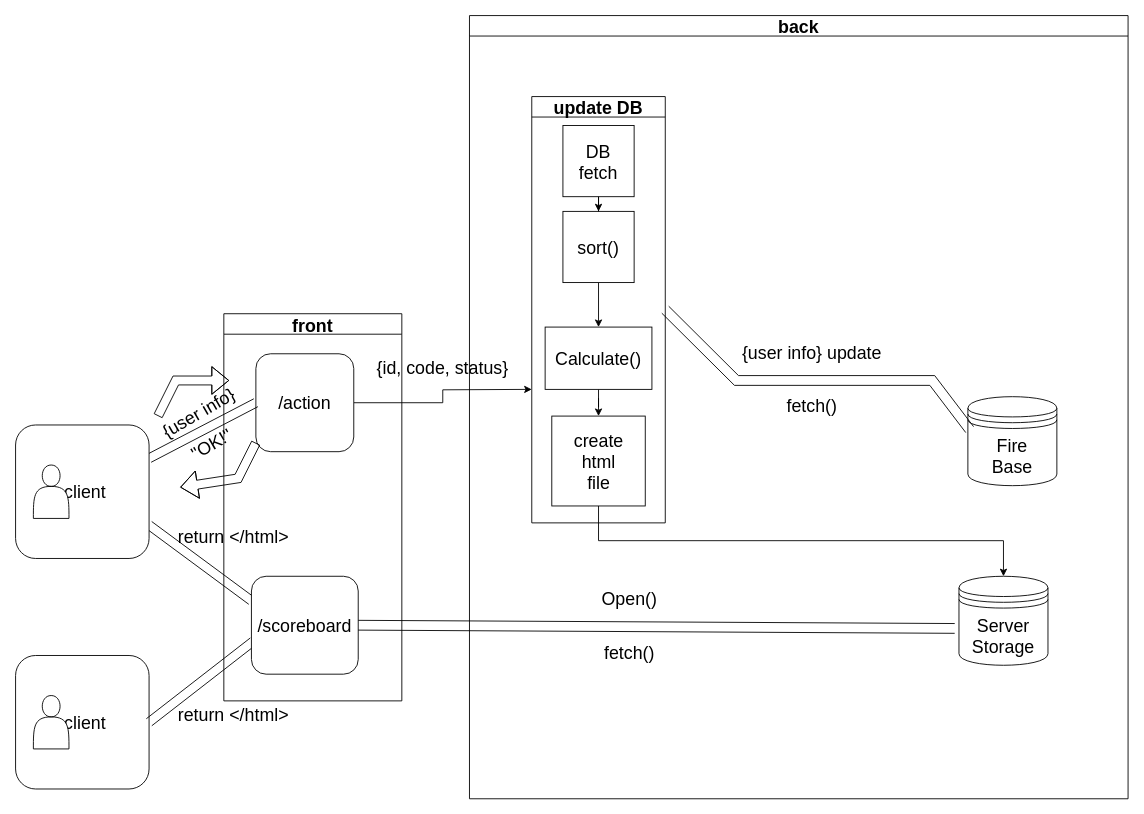
Before: INC_HC.drawio in zjvlwndehr/drawio, a draw.io diagram. Source tidied: cells renumbered, new cells numbered last; positions are measured from the earlier drawing's top-left corner, leaving out a move shared by most shapes. Both pictures are drawn from the tidied source at 89%, with x=0, y=0 at pixel (15, 15).
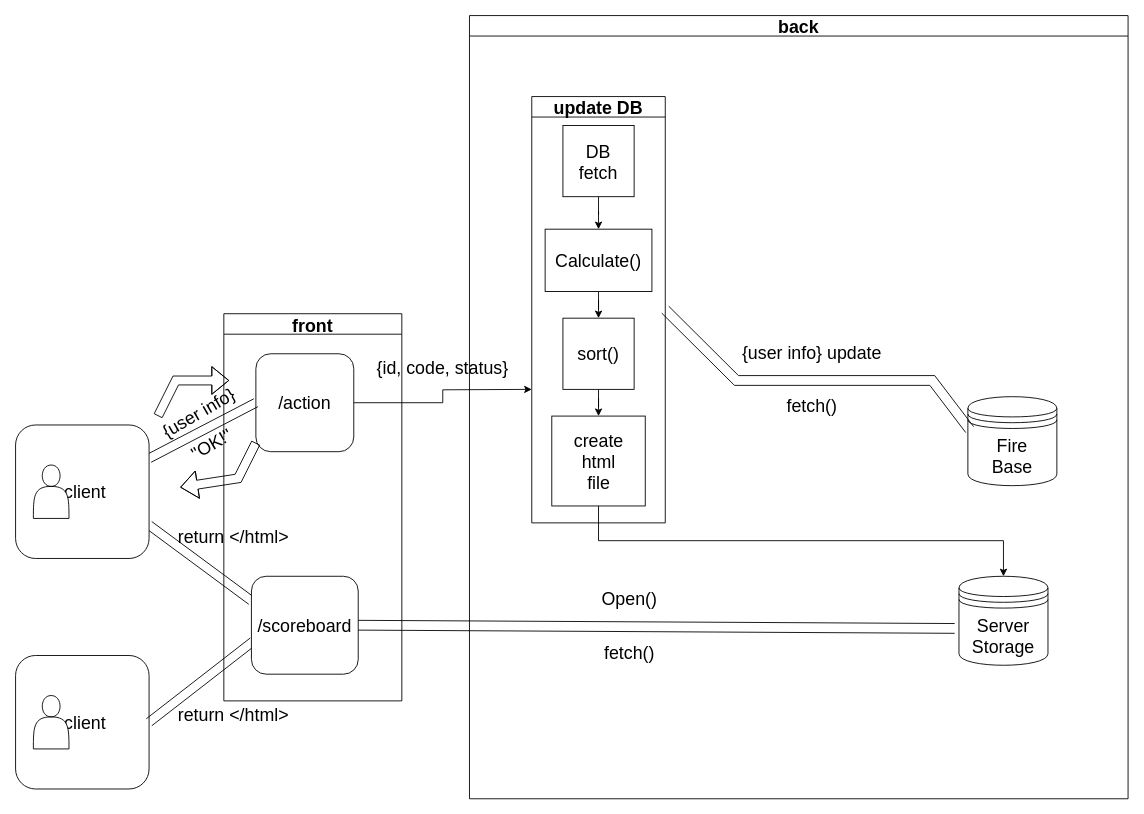
After the change.

Unchanged cells that the change refers to:
```xml
<mxCell id="33" value="update DB" style="swimlane;fontSize=20;startSize=23;" parent="32" vertex="1">
  <mxGeometry x="70" y="91" width="150" height="479" as="geometry" />
</mxCell>
<mxCell id="35" value="DB&lt;br&gt;fetch" style="whiteSpace=wrap;html=1;fontSize=20;" parent="33" vertex="1">
  <mxGeometry x="35" y="32.5" width="80" height="80" as="geometry" />
</mxCell>
<mxCell id="38" value="create&lt;br&gt;html&lt;br&gt;file" style="whiteSpace=wrap;html=1;fontSize=20;" parent="33" vertex="1">
  <mxGeometry x="22.5" y="359" width="105" height="101" as="geometry" />
</mxCell>
```

Change to the diagram source:
```diff
@@
-    <mxCell id="34" style="edgeStyle=orthogonalEdgeStyle;rounded=0;jettySize=auto;html=1;fontSize=20;" parent="33" edge="1" source="35" target="37">
-      <mxGeometry relative="1" as="geometry" />
-    </mxCell>
+    <mxCell id="42" style="edgeStyle=orthogonalEdgeStyle;rounded=0;jettySize=auto;html=1;" parent="33" edge="1" source="35" target="40">
+      <mxGeometry relative="1" as="geometry" />
+    </mxCell>
@@
-    <mxCell id="36" style="edgeStyle=orthogonalEdgeStyle;rounded=0;jettySize=auto;html=1;fontSize=20;" parent="33" edge="1" source="37" target="40">
-      <mxGeometry relative="1" as="geometry" />
-    </mxCell>
+    <mxCell id="43" style="edgeStyle=orthogonalEdgeStyle;rounded=0;jettySize=auto;html=1;" parent="33" edge="1" source="37" target="38">
+      <mxGeometry relative="1" as="geometry" />
+    </mxCell>
     <mxCell id="37" value="sort()" style="whiteSpace=wrap;html=1;fontSize=20;" parent="33" vertex="1">
-      <mxGeometry x="35" y="129" width="80" height="80" as="geometry" />
+      <mxGeometry x="35" y="249" width="80" height="80" as="geometry" />
     </mxCell>
@@
-    <mxCell id="39" style="edgeStyle=orthogonalEdgeStyle;rounded=0;jettySize=auto;html=1;fontSize=20;" parent="33" edge="1" source="40" target="38">
-      <mxGeometry relative="1" as="geometry" />
-    </mxCell>
+    <mxCell id="44" style="edgeStyle=orthogonalEdgeStyle;rounded=0;jettySize=auto;html=1;" parent="33" edge="1" source="40" target="37">
+      <mxGeometry relative="1" as="geometry" />
+    </mxCell>
     <mxCell id="40" value="Calculate()" style="whiteSpace=wrap;html=1;fontSize=20;" parent="33" vertex="1">
-      <mxGeometry x="15" y="259" width="120" height="70" as="geometry" />
+      <mxGeometry x="15" y="149" width="120" height="70" as="geometry" />
     </mxCell>
```
